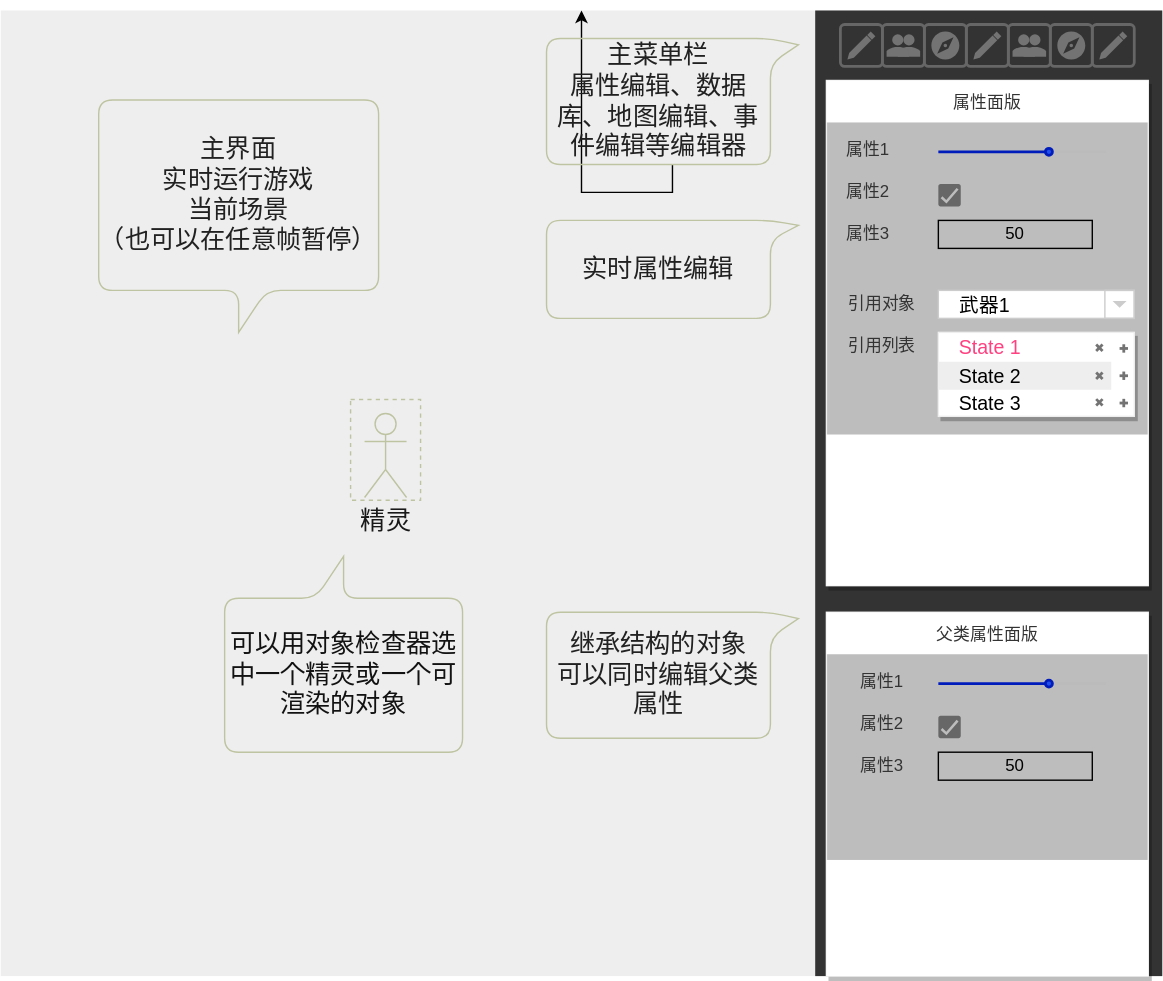
Before: docs/img/ui.drawio.svg, a diagram exported from draw.io (EVEngine/EVEngine). Source tidied: cells renumbered, new cells last; positions are measured from the earlier drawing's top-left corner, leaving out a move shared by most shapes.
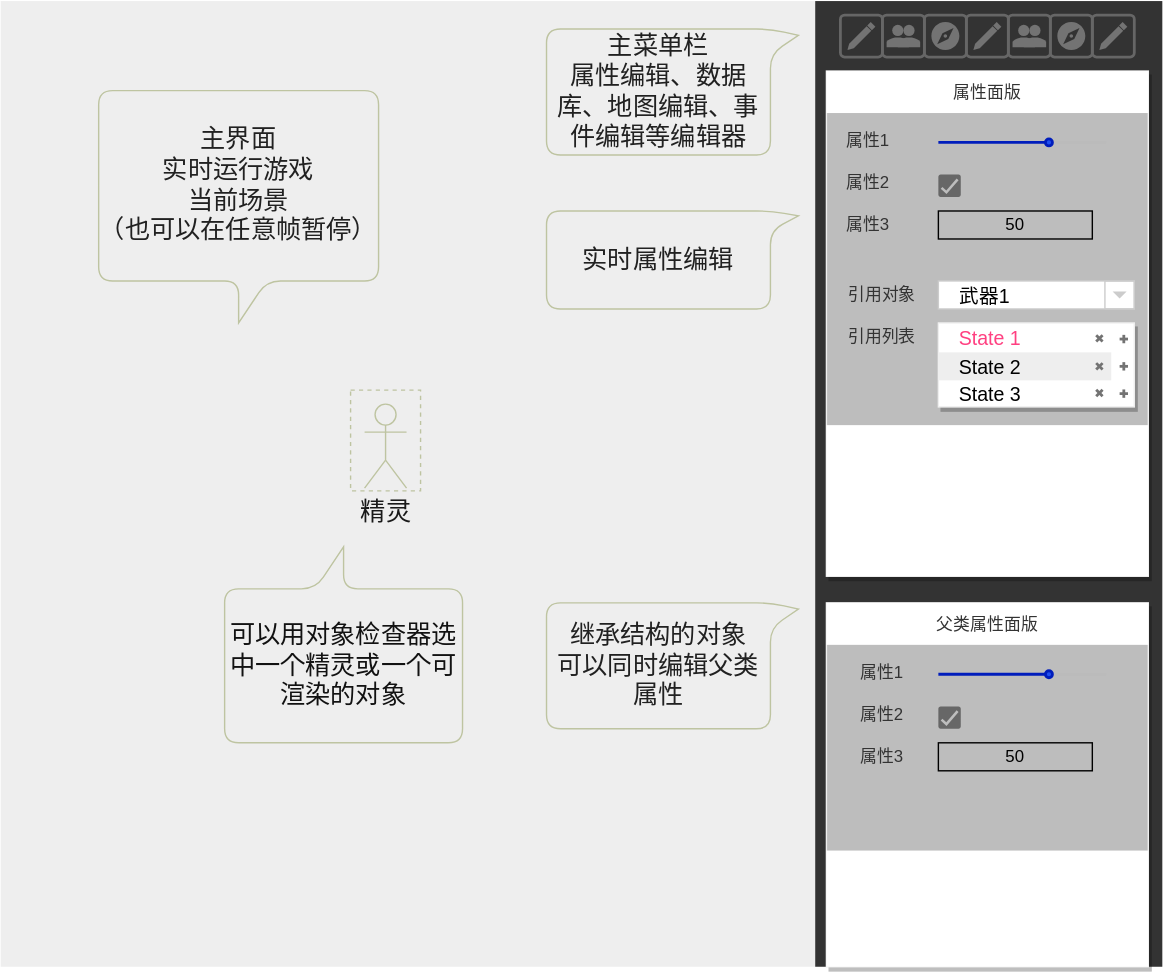
The same diagram one commit later.

The edit, as a diff of the source:
```diff
@@ -206,9 +206,6 @@
     <mxCell id="65" value="&lt;font color=&quot;#212121&quot;&gt;主界面&lt;br&gt;实时运行游戏&lt;br&gt;当前场景&lt;br&gt;（也可以在任意帧暂停）&lt;br&gt;&lt;/font&gt;" style="shape=callout;whiteSpace=wrap;html=1;perimeter=calloutPerimeter;shadow=0;sketch=0;fontSize=18;fontColor=#FFFFFF;strokeColor=#BEC4A1;fillColor=none;gradientColor=none;rounded=1;" parent="1" vertex="1">
       <mxGeometry x="70" y="64" width="200" height="166" as="geometry" />
     </mxCell>
-    <mxCell id="66" style="edgeStyle=orthogonalEdgeStyle;rounded=0;jettySize=auto;html=1;fontSize=18;fontColor=#FFFFFF;" parent="1" edge="1" source="67" target="2">
-      <mxGeometry relative="1" as="geometry" />
-    </mxCell>
     <mxCell id="67" value="&lt;font color=&quot;#212121&quot;&gt;主菜单栏&lt;br&gt;属性编辑、数据库、地图编辑、事件编辑等编辑器&lt;br&gt;&lt;/font&gt;" style="shape=callout;whiteSpace=wrap;html=1;perimeter=calloutPerimeter;shadow=0;sketch=0;fontSize=18;fontColor=#FFFFFF;strokeColor=#BEC4A1;fillColor=none;gradientColor=none;rounded=1;direction=north;position2=0.95;base=20;size=20;position=0.8;" parent="1" vertex="1">
       <mxGeometry x="390" y="20" width="180" height="90" as="geometry" />
     </mxCell>
```
